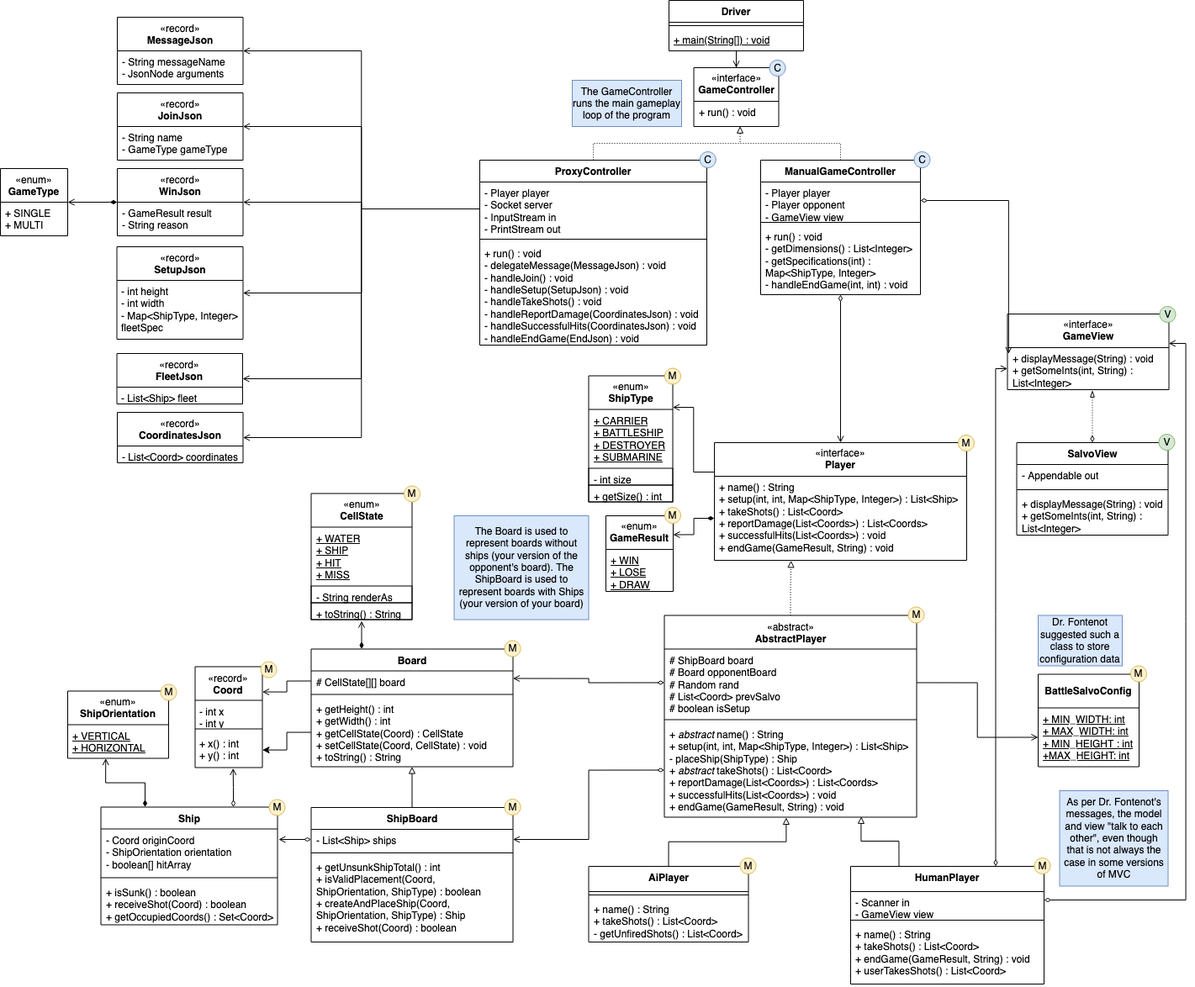
This is UML.png from zackbach/battlesalvo, a draw.io export, as it was before one commit. Source tidied: cells renumbered, new cells last; positions are measured from the earlier drawing's top-left corner, leaving out a move shared by most shapes.
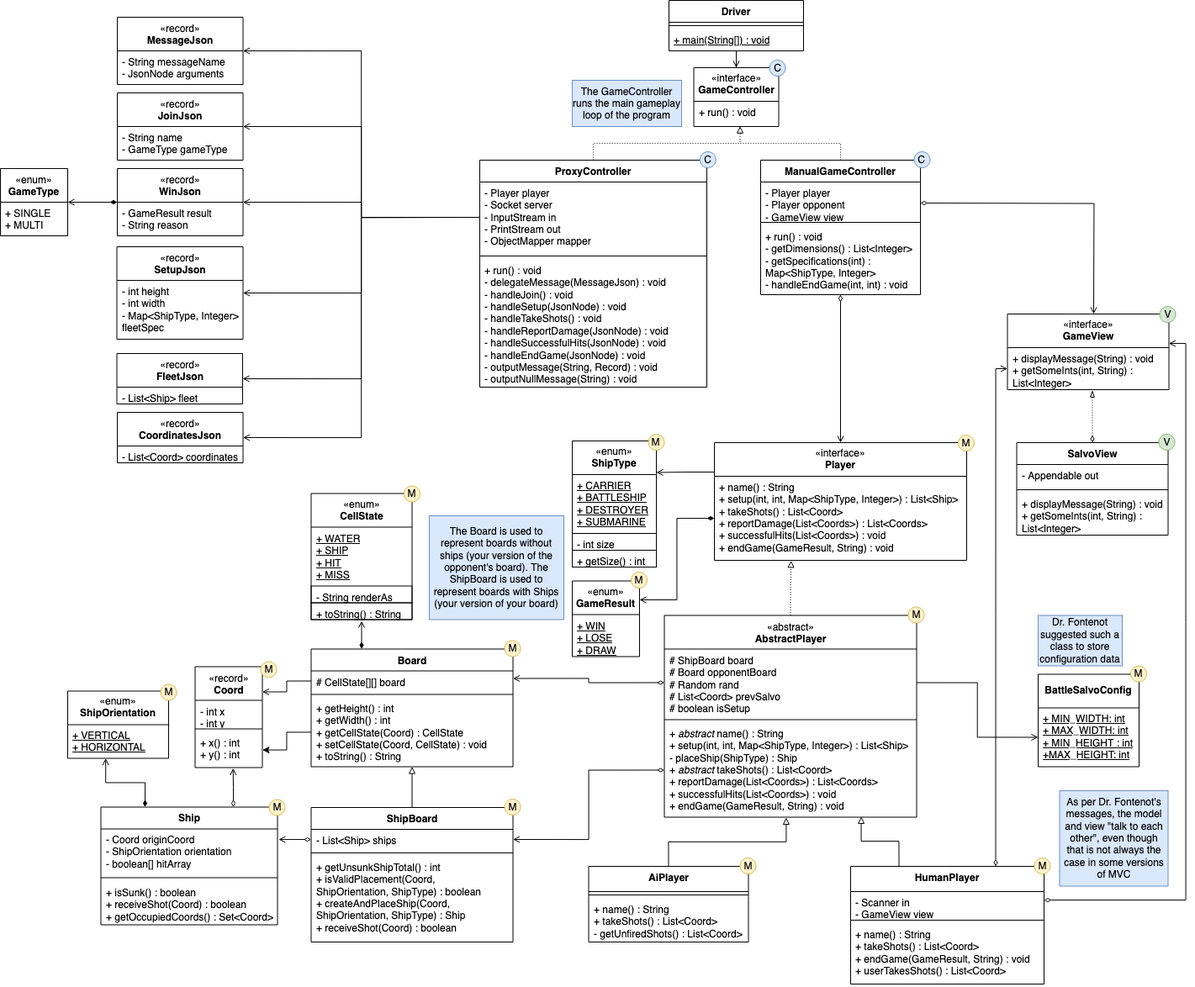
The same file after the commit.

Change to the diagram source:
```diff
@@ -115,7 +115,7 @@
       <mxGeometry y="60" width="180" height="50" as="geometry" />
     </mxCell>
     <mxCell id="36" value="&lt;div&gt;«enum»&lt;/div&gt;&lt;div&gt;&lt;b&gt;ShipType&lt;/b&gt;&lt;br&gt;&lt;/div&gt;" style="swimlane;fontStyle=0;horizontal=1;startSize=40;whiteSpace=wrap;html=1;" parent="1" vertex="1">
-      <mxGeometry x="699.5" y="446.5" width="100" height="150" as="geometry" />
+      <mxGeometry x="680" y="524" width="100" height="150" as="geometry" />
     </mxCell>
     <mxCell id="37" value="&lt;div&gt;&lt;u&gt;+ CARRIER&lt;/u&gt;&lt;/div&gt;&lt;div&gt;&lt;u&gt;+ BATTLESHIP&lt;/u&gt;&lt;/div&gt;&lt;div&gt;&lt;u&gt;+ DESTROYER&lt;/u&gt;&lt;/div&gt;&lt;div&gt;&lt;u&gt;+ SUBMARINE&lt;/u&gt;&lt;br&gt;&lt;/div&gt;" style="text;strokeColor=none;fillColor=none;align=left;verticalAlign=top;spacingLeft=4;spacingRight=4;overflow=hidden;whiteSpace=wrap;html=1;" parent="36" vertex="1">
       <mxGeometry y="40" width="100" height="70" as="geometry" />
@@ -133,7 +133,7 @@
       <mxGeometry y="40" width="120" height="40" as="geometry" />
     </mxCell>
     <mxCell id="42" value="&lt;div&gt;«enum»&lt;/div&gt;&lt;b&gt;GameResult&lt;/b&gt;" style="swimlane;fontStyle=0;horizontal=1;startSize=40;whiteSpace=wrap;html=1;" parent="1" vertex="1">
-      <mxGeometry x="720" y="613" width="80" height="90" as="geometry" />
+      <mxGeometry x="680" y="690.5" width="80" height="90" as="geometry" />
     </mxCell>
     <mxCell id="43" value="&lt;div&gt;&lt;u&gt;+ WIN&lt;/u&gt;&lt;/div&gt;&lt;div&gt;&lt;u&gt;+ LOSE&lt;/u&gt;&lt;/div&gt;&lt;div&gt;&lt;u&gt;+ DRAW&lt;br&gt;&lt;/u&gt;&lt;/div&gt;" style="text;strokeColor=none;fillColor=none;align=left;verticalAlign=top;spacingLeft=4;spacingRight=4;overflow=hidden;whiteSpace=wrap;html=1;" parent="42" vertex="1">
       <mxGeometry y="40" width="80" height="50" as="geometry" />
@@ -211,7 +211,7 @@
       <mxGeometry y="58" width="240" height="102" as="geometry" />
     </mxCell>
     <mxCell id="68" value="M" style="ellipse;whiteSpace=wrap;html=1;fillColor=#fff2cc;strokeColor=#d6b656;" parent="1" vertex="1">
-      <mxGeometry x="790" y="437.5" width="19" height="19" as="geometry" />
+      <mxGeometry x="770.5" y="516" width="19" height="19" as="geometry" />
     </mxCell>
     <mxCell id="69" value="M" style="ellipse;whiteSpace=wrap;html=1;fillColor=#fff2cc;strokeColor=#d6b656;" parent="1" vertex="1">
       <mxGeometry x="309.5" y="786.5" width="19" height="19" as="geometry" />
@@ -232,7 +232,7 @@
       <mxGeometry x="599.5" y="761.5" width="19" height="19" as="geometry" />
     </mxCell>
     <mxCell id="75" value="M" style="ellipse;whiteSpace=wrap;html=1;fillColor=#fff2cc;strokeColor=#d6b656;" parent="1" vertex="1">
-      <mxGeometry x="790" y="603" width="19" height="19" as="geometry" />
+      <mxGeometry x="750" y="680" width="19" height="19" as="geometry" />
     </mxCell>
     <mxCell id="76" value="V" style="ellipse;whiteSpace=wrap;html=1;fillColor=#d5e8d4;strokeColor=#82b366;" parent="1" vertex="1">
       <mxGeometry x="1377.5" y="516" width="19" height="19" as="geometry" />
@@ -267,8 +267,11 @@
     <mxCell id="86" value="V" style="ellipse;whiteSpace=wrap;html=1;fillColor=#d5e8d4;strokeColor=#82b366;" parent="1" vertex="1">
       <mxGeometry x="1378.5" y="364" width="19" height="19" as="geometry" />
     </mxCell>
-    <mxCell id="87" style="edgeStyle=orthogonalEdgeStyle;rounded=0;jettySize=auto;html=1;entryX=0.007;entryY=0.527;entryDx=0;entryDy=0;endArrow=open;endFill=0;startArrow=diamondThin;startFill=0;entryPerimeter=0;" parent="1" edge="1" source="9" target="83">
-      <mxGeometry relative="1" as="geometry" />
+    <mxCell id="87" style="edgeStyle=orthogonalEdgeStyle;rounded=0;orthogonalLoop=1;jettySize=auto;html=1;endArrow=open;endFill=0;startArrow=diamondThin;startFill=0;" parent="1" edge="1">
+      <mxGeometry relative="1" as="geometry">
+        <mxPoint x="1094" y="241" as="sourcePoint" />
+        <mxPoint x="1300" y="373" as="targetPoint" />
+      </mxGeometry>
     </mxCell>
     <mxCell id="88" style="edgeStyle=orthogonalEdgeStyle;rounded=0;jettySize=auto;html=1;entryX=0.999;entryY=0.389;entryDx=0;entryDy=0;endArrow=open;endFill=0;startArrow=diamondThin;startFill=0;entryPerimeter=0;" parent="1" edge="1" source="24" target="83">
       <mxGeometry relative="1" as="geometry">
@@ -294,7 +297,7 @@
       <mxGeometry x="680" y="95" width="130" height="55" as="geometry" />
     </mxCell>
     <mxCell id="94" value="The Board is used to represent boards without ships (your version of the opponent's board). The ShipBoard is used to represent boards with Ships (your version of your board)" style="rounded=0;whiteSpace=wrap;html=1;fillColor=#dae8fc;strokeColor=#6c8ebf;" parent="1" vertex="1">
-      <mxGeometry x="539.5" y="613" width="160" height="123.5" as="geometry" />
+      <mxGeometry x="510" y="613" width="160" height="123.5" as="geometry" />
     </mxCell>
     <mxCell id="95" value="M" style="ellipse;whiteSpace=wrap;html=1;fillColor=#fff2cc;strokeColor=#d6b656;" parent="1" vertex="1">
       <mxGeometry x="1229.5" y="1020" width="19" height="19" as="geometry" />
@@ -329,16 +332,16 @@
       </mxGeometry>
     </mxCell>
     <mxCell id="104" value="ProxyController" style="swimlane;fontStyle=1;align=center;verticalAlign=top;horizontal=1;startSize=26;whiteSpace=wrap;html=1;" parent="1" vertex="1">
-      <mxGeometry x="570" y="190" width="270" height="220" as="geometry" />
+      <mxGeometry x="570" y="190" width="270" height="270" as="geometry" />
     </mxCell>
-    <mxCell id="105" value="&lt;div&gt;- Player player&lt;/div&gt;&lt;div&gt;- Socket server&lt;/div&gt;&lt;div&gt;- InputStream in&lt;/div&gt;&lt;div&gt;- PrintStream out&lt;br&gt;&lt;/div&gt;" style="text;strokeColor=none;fillColor=none;align=left;verticalAlign=top;spacingLeft=4;spacingRight=4;overflow=hidden;points=[[0,0.5],[1,0.5]];portConstraint=eastwest;whiteSpace=wrap;html=1;" parent="104" vertex="1">
-      <mxGeometry y="26" width="270" height="64" as="geometry" />
+    <mxCell id="105" value="&lt;div&gt;- Player player&lt;/div&gt;&lt;div&gt;- Socket server&lt;/div&gt;&lt;div&gt;- InputStream in&lt;/div&gt;&lt;div&gt;- PrintStream out&lt;br&gt;&lt;/div&gt;&lt;div&gt;- ObjectMapper mapper&lt;br&gt;&lt;/div&gt;" style="text;strokeColor=none;fillColor=none;align=left;verticalAlign=top;spacingLeft=4;spacingRight=4;overflow=hidden;points=[[0,0.5],[1,0.5]];portConstraint=eastwest;whiteSpace=wrap;html=1;" parent="104" vertex="1">
+      <mxGeometry y="26" width="270" height="84" as="geometry" />
     </mxCell>
     <mxCell id="106" style="line;strokeWidth=1;fillColor=none;align=left;verticalAlign=middle;spacingTop=-1;spacingLeft=3;spacingRight=3;labelPosition=right;strokeColor=inherit;" parent="104" vertex="1">
-      <mxGeometry y="90" width="270" height="8" as="geometry" />
+      <mxGeometry y="110" width="270" height="8" as="geometry" />
     </mxCell>
-    <mxCell id="107" value="&lt;div&gt;+ run() : void&lt;/div&gt;&lt;div&gt;- delegateMessage(MessageJson) : void&lt;/div&gt;&lt;div&gt;- handleJoin() : void&lt;br&gt;&lt;/div&gt;&lt;div&gt;- handleSetup(SetupJson) : void&lt;/div&gt;&lt;div&gt;- handleTakeShots() : void&lt;/div&gt;&lt;div&gt;- handleReportDamage(CoordinatesJson) : void&lt;/div&gt;&lt;div&gt;- handleSuccessfulHits(CoordinatesJson) : void&lt;/div&gt;&lt;div&gt;- handleEndGame(EndJson) : void&lt;br&gt;&lt;/div&gt;" style="text;strokeColor=none;fillColor=none;align=left;verticalAlign=top;spacingLeft=4;spacingRight=4;overflow=hidden;whiteSpace=wrap;html=1;" parent="104" vertex="1">
-      <mxGeometry y="98" width="270" height="122" as="geometry" />
+    <mxCell id="107" value="&lt;div&gt;+ run() : void&lt;/div&gt;&lt;div&gt;- delegateMessage(MessageJson) : void&lt;/div&gt;&lt;div&gt;- handleJoin() : void&lt;br&gt;&lt;/div&gt;&lt;div&gt;- handleSetup(JsonNode) : void&lt;/div&gt;&lt;div&gt;- handleTakeShots() : void&lt;/div&gt;&lt;div&gt;- handleReportDamage(JsonNode) : void&lt;/div&gt;&lt;div&gt;- handleSuccessfulHits(JsonNode) : void&lt;/div&gt;&lt;div&gt;- handleEndGame(JsonNode) : void&lt;/div&gt;&lt;div&gt;- outputMessage(String, Record) : void&lt;/div&gt;&lt;div&gt;- outputNullMessage(String) : void&lt;br&gt;&lt;/div&gt;" style="text;strokeColor=none;fillColor=none;align=left;verticalAlign=top;spacingLeft=4;spacingRight=4;overflow=hidden;whiteSpace=wrap;html=1;" parent="104" vertex="1">
+      <mxGeometry y="118" width="270" height="152" as="geometry" />
     </mxCell>
     <mxCell id="108" value="C" style="ellipse;whiteSpace=wrap;html=1;fillColor=#dae8fc;strokeColor=#6c8ebf;" parent="1" vertex="1">
       <mxGeometry x="831.8" y="180" width="19" height="19" as="geometry" />
```
